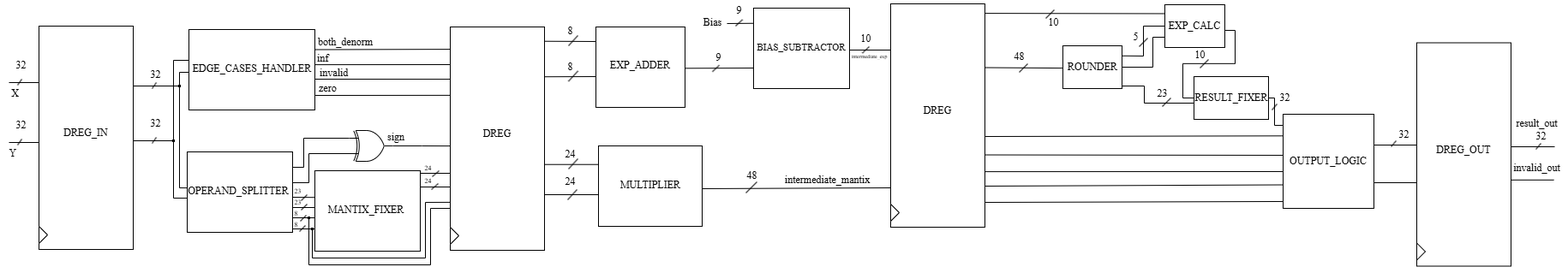
This is Full architecture.png from altomarigiulio/IEEE-754-Multiplier-Project, a draw.io export, as it was before one commit. Source tidied: cells renumbered, new cells last; positions are measured from the earlier drawing's top-left corner, leaving out a move shared by most shapes.
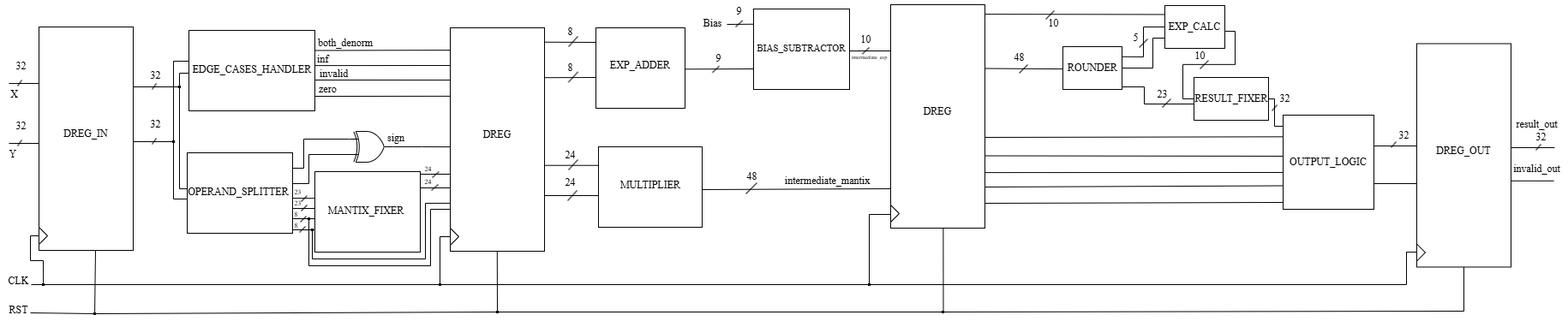
The same file after the commit.

Change to the diagram source:
```diff
@@ -770,5 +770,118 @@
     <mxCell id="168" value="&lt;font face=&quot;Latin Modern Roman&quot;&gt;invalid_out&lt;/font&gt;" style="text;html=1;align=center;verticalAlign=middle;strokeColor=none;fillColor=none;" parent="1" vertex="1">
       <mxGeometry x="1756.5" y="184" width="73" height="26" as="geometry" />
     </mxCell>
+    <mxCell id="169" value="&lt;font face=&quot;Latin Modern Roman&quot;&gt;CLK&lt;/font&gt;" style="text;html=1;align=center;verticalAlign=middle;strokeColor=none;fillColor=none;" parent="1" vertex="1">
+      <mxGeometry y="315" width="42" height="26" as="geometry" />
+    </mxCell>
+    <mxCell id="170" value="&lt;font face=&quot;Latin Modern Roman&quot;&gt;RST&lt;/font&gt;" style="text;html=1;align=center;verticalAlign=middle;strokeColor=none;fillColor=none;" parent="1" vertex="1">
+      <mxGeometry x="1" y="349" width="40" height="26" as="geometry" />
+    </mxCell>
+    <mxCell id="171" style="endArrow=none;html=1;rounded=0;" parent="1" edge="1" source="176">
+      <mxGeometry relative="1" as="geometry">
+        <mxPoint x="1641.1" y="332" as="targetPoint" />
+      </mxGeometry>
+    </mxCell>
+    <mxCell id="172" style="endArrow=none;html=1;rounded=0;" parent="1" edge="1" target="173">
+      <mxGeometry relative="1" as="geometry">
+        <mxPoint x="36" y="332" as="sourcePoint" />
+      </mxGeometry>
+    </mxCell>
+    <mxCell id="173" style="rounded=0;whiteSpace=wrap;html=1;fillColor=#000000;" parent="1" vertex="1">
+      <mxGeometry x="49" y="331" width="2" height="2" as="geometry" />
+    </mxCell>
+    <mxCell id="174" style="endArrow=none;html=1;rounded=0;" parent="1" edge="1" source="173" target="181">
+      <mxGeometry relative="1" as="geometry" />
+    </mxCell>
+    <mxCell id="175" style="endArrow=none;html=1;rounded=0;" parent="1" edge="1" source="181" target="176">
+      <mxGeometry relative="1" as="geometry" />
+    </mxCell>
+    <mxCell id="176" style="rounded=0;whiteSpace=wrap;html=1;fillColor=#000000;" parent="1" vertex="1">
+      <mxGeometry x="1013" y="331" width="2" height="2" as="geometry" />
+    </mxCell>
+    <mxCell id="177" style="endArrow=none;html=1;rounded=0;" parent="1" edge="1">
+      <mxGeometry relative="1" as="geometry">
+        <mxPoint x="1641" y="332" as="sourcePoint" />
+        <mxPoint x="1653" y="294" as="targetPoint" />
+        <Array as="points">
+          <mxPoint x="1641" y="294" />
+        </Array>
+      </mxGeometry>
+    </mxCell>
+    <mxCell id="178" style="endArrow=none;html=1;rounded=0;entryX=0;entryY=0.5;entryDx=0;entryDy=0;exitX=0.554;exitY=0.563;exitDx=0;exitDy=0;exitPerimeter=0;" parent="1" edge="1" source="173" target="3">
+      <mxGeometry relative="1" as="geometry">
+        <Array as="points">
+          <mxPoint x="50" y="304" />
+          <mxPoint x="35" y="304" />
+          <mxPoint x="35" y="275" />
+        </Array>
+      </mxGeometry>
+    </mxCell>
+    <mxCell id="179" style="endArrow=none;html=1;rounded=0;entryX=0;entryY=0.5;entryDx=0;entryDy=0;" parent="1" edge="1" source="181" target="36">
+      <mxGeometry relative="1" as="geometry">
+        <Array as="points">
+          <mxPoint x="513" y="276" />
+        </Array>
+      </mxGeometry>
+    </mxCell>
+    <mxCell id="180" style="endArrow=none;html=1;rounded=0;entryX=0;entryY=0.5;entryDx=0;entryDy=0;" parent="1" edge="1" target="181">
+      <mxGeometry relative="1" as="geometry">
+        <mxPoint x="512" y="333" as="sourcePoint" />
+      </mxGeometry>
+    </mxCell>
+    <mxCell id="181" style="rounded=0;whiteSpace=wrap;html=1;fillColor=#000000;" parent="1" vertex="1">
+      <mxGeometry x="512" y="331" width="2" height="2" as="geometry" />
+    </mxCell>
+    <mxCell id="182" style="endArrow=none;html=1;rounded=0;exitX=0.5;exitY=0;exitDx=0;exitDy=0;" parent="1" edge="1" source="176">
+      <mxGeometry relative="1" as="geometry">
+        <mxPoint x="1039" y="250" as="targetPoint" />
+        <Array as="points">
+          <mxPoint x="1014" y="250" />
+        </Array>
+      </mxGeometry>
+    </mxCell>
+    <mxCell id="183" style="endArrow=none;html=1;rounded=0;" parent="1" edge="1" source="186">
+      <mxGeometry relative="1" as="geometry">
+        <mxPoint x="1708" y="363" as="targetPoint" />
+      </mxGeometry>
+    </mxCell>
+    <mxCell id="184" style="endArrow=none;html=1;rounded=0;entryX=0.5;entryY=1;entryDx=0;entryDy=0;" parent="1" edge="1" target="160">
+      <mxGeometry relative="1" as="geometry">
+        <mxPoint x="1708" y="363" as="sourcePoint" />
+      </mxGeometry>
+    </mxCell>
+    <mxCell id="185" style="endArrow=none;html=1;rounded=0;" parent="1" edge="1" source="189" target="186">
+      <mxGeometry relative="1" as="geometry" />
+    </mxCell>
+    <mxCell id="186" style="rounded=0;whiteSpace=wrap;html=1;fillColor=#000000;" parent="1" vertex="1">
+      <mxGeometry x="1099" y="363" width="2" height="2" as="geometry" />
+    </mxCell>
+    <mxCell id="187" style="endArrow=none;html=1;rounded=0;exitX=0.75;exitY=0;exitDx=0;exitDy=0;entryX=0.558;entryY=1.002;entryDx=0;entryDy=0;entryPerimeter=0;" parent="1" edge="1" source="186" target="113">
+      <mxGeometry relative="1" as="geometry" />
+    </mxCell>
+    <mxCell id="188" style="endArrow=none;html=1;rounded=0;" parent="1" edge="1" source="192" target="189">
+      <mxGeometry relative="1" as="geometry" />
+    </mxCell>
+    <mxCell id="189" style="rounded=0;whiteSpace=wrap;html=1;fillColor=#000000;" parent="1" vertex="1">
+      <mxGeometry x="579" y="363" width="2" height="2" as="geometry" />
+    </mxCell>
+    <mxCell id="190" style="endArrow=none;html=1;rounded=0;entryX=0.542;entryY=0.997;entryDx=0;entryDy=0;entryPerimeter=0;" parent="1" edge="1">
+      <mxGeometry relative="1" as="geometry">
+        <mxPoint x="580" y="364" as="sourcePoint" />
+        <mxPoint x="579.8" y="293" as="targetPoint" />
+      </mxGeometry>
+    </mxCell>
+    <mxCell id="191" style="endArrow=none;html=1;rounded=0;" parent="1" edge="1" target="192">
+      <mxGeometry relative="1" as="geometry">
+        <mxPoint x="35" y="365" as="sourcePoint" />
+      </mxGeometry>
+    </mxCell>
+    <mxCell id="192" style="rounded=0;whiteSpace=wrap;html=1;fillColor=#000000;" parent="1" vertex="1">
+      <mxGeometry x="109" y="365" width="2" height="2" as="geometry" />
+    </mxCell>
+    <mxCell id="193" style="endArrow=none;html=1;rounded=0;exitX=0.524;exitY=0.409;exitDx=0;exitDy=0;exitPerimeter=0;" parent="1" edge="1" source="192">
+      <mxGeometry relative="1" as="geometry">
+        <mxPoint x="111" y="292" as="targetPoint" />
+      </mxGeometry>
+    </mxCell>
   </root>
 </mxGraphModel>
```
